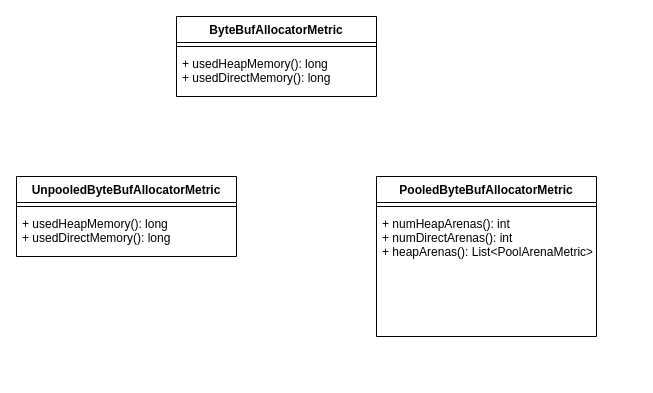
Above: Netty图示/NettyMetric类图.drawio in yongliangcode/diagram (draw.io), before the change. Source tidied: cells renumbered, new cells numbered last; positions are measured from the earlier drawing's top-left corner, leaving out a move shared by most shapes. Both pictures are drawn from the tidied source at 100%, with x=0, y=0 at pixel (16, 16).
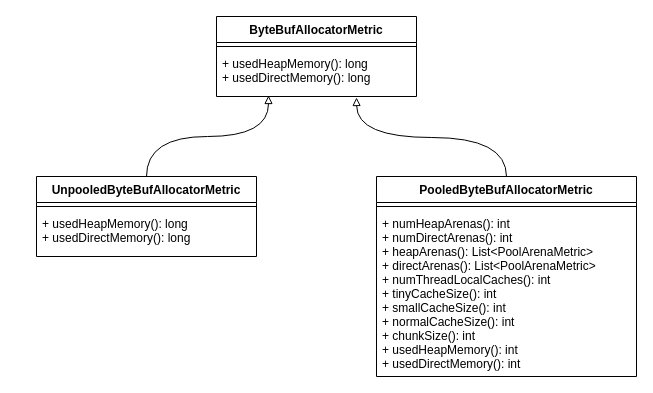
Above is the later version.

What changed in the source:
```diff
@@
 <mxGraphModel>
   <root>
     <mxCell id="0" />
     <mxCell id="1" parent="0" />
     <mxCell id="2" value="ByteBufAllocatorMetric" style="swimlane;fontStyle=1;align=center;verticalAlign=top;horizontal=1;startSize=26;" parent="1" vertex="1">
-      <mxGeometry x="160" width="200" height="80" as="geometry" />
+      <mxGeometry x="200" width="200" height="80" as="geometry" />
     </mxCell>
     <mxCell id="3" style="line;strokeWidth=1;fillColor=none;align=left;verticalAlign=middle;spacingTop=-1;spacingLeft=3;spacingRight=3;labelPosition=right;" parent="2" vertex="1">
       <mxGeometry y="26" width="200" height="8" as="geometry" />
     </mxCell>
     <mxCell id="4" value="+ usedHeapMemory(): long&#10;+ usedDirectMemory(): long" style="text;strokeColor=none;fillColor=none;align=left;verticalAlign=top;spacingLeft=4;spacingRight=4;overflow=hidden;points=[[0,0.5],[1,0.5]];portConstraint=eastwest;" parent="2" vertex="1">
       <mxGeometry y="34" width="200" height="46" as="geometry" />
     </mxCell>
+    <mxCell id="11" style="edgeStyle=orthogonalEdgeStyle;rounded=0;jettySize=auto;html=1;exitX=0.5;exitY=0;exitDx=0;exitDy=0;entryX=0.26;entryY=0.978;entryDx=0;entryDy=0;entryPerimeter=0;curved=1;endArrow=block;endFill=0;" parent="1" edge="1" source="5" target="4">
+      <mxGeometry relative="1" as="geometry" />
+    </mxCell>
     <mxCell id="5" value="UnpooledByteBufAllocatorMetric" style="swimlane;fontStyle=1;align=center;verticalAlign=top;horizontal=1;startSize=26;" parent="1" vertex="1">
-      <mxGeometry y="160" width="220" height="80" as="geometry" />
+      <mxGeometry x="20" y="160" width="220" height="80" as="geometry" />
     </mxCell>
     <mxCell id="6" style="line;strokeWidth=1;fillColor=none;align=left;verticalAlign=middle;spacingTop=-1;spacingLeft=3;spacingRight=3;labelPosition=right;" parent="5" vertex="1">
       <mxGeometry y="26" width="220" height="8" as="geometry" />
     </mxCell>
     <mxCell id="7" value="+ usedHeapMemory(): long&#10;+ usedDirectMemory(): long" style="text;strokeColor=none;fillColor=none;align=left;verticalAlign=top;spacingLeft=4;spacingRight=4;overflow=hidden;" parent="5" vertex="1">
       <mxGeometry y="34" width="220" height="46" as="geometry" />
     </mxCell>
+    <mxCell id="12" style="edgeStyle=orthogonalEdgeStyle;curved=1;rounded=0;jettySize=auto;html=1;exitX=0.5;exitY=0;exitDx=0;exitDy=0;endArrow=block;endFill=0;" parent="1" edge="1" source="8">
+      <mxGeometry relative="1" as="geometry">
+        <mxPoint x="340" y="81" as="targetPoint" />
+      </mxGeometry>
+    </mxCell>
     <mxCell id="8" value="PooledByteBufAllocatorMetric" style="swimlane;fontStyle=1;align=center;verticalAlign=top;horizontal=1;startSize=26;" parent="1" vertex="1">
-      <mxGeometry x="360" y="160" width="220" height="160" as="geometry" />
+      <mxGeometry x="360" y="160" width="260" height="200" as="geometry" />
     </mxCell>
     <mxCell id="9" style="line;strokeWidth=1;fillColor=none;align=left;verticalAlign=middle;spacingTop=-1;spacingLeft=3;spacingRight=3;labelPosition=right;" parent="8" vertex="1">
-      <mxGeometry y="26" width="220" height="8" as="geometry" />
+      <mxGeometry y="26" width="260" height="8" as="geometry" />
     </mxCell>
-    <mxCell id="10" value="+ numHeapArenas(): int&#10;+ numDirectArenas(): int&#10;+ heapArenas(): List&lt;PoolArenaMetric&gt;" style="text;strokeColor=none;fillColor=none;align=left;verticalAlign=top;spacingLeft=4;spacingRight=4;overflow=hidden;" parent="8" vertex="1">
-      <mxGeometry y="34" width="220" height="126" as="geometry" />
+    <mxCell id="10" value="+ numHeapArenas(): int&#10;+ numDirectArenas(): int&#10;+ heapArenas(): List&lt;PoolArenaMetric&gt;&#10;+ directArenas(): List&lt;PoolArenaMetric&gt;&#10;+ numThreadLocalCaches(): int&#10;+ tinyCacheSize(): int&#10;+ smallCacheSize(): int&#10;+ normalCacheSize(): int&#10;+ chunkSize(): int&#10;+ usedHeapMemory(): int&#10;+ usedDirectMemory(): int&#10;&#10;&#10;&#10;" style="text;strokeColor=none;fillColor=none;align=left;verticalAlign=top;spacingLeft=4;spacingRight=4;overflow=hidden;" parent="8" vertex="1">
+      <mxGeometry y="34" width="260" height="166" as="geometry" />
     </mxCell>
   </root>
 </mxGraphModel>
```
